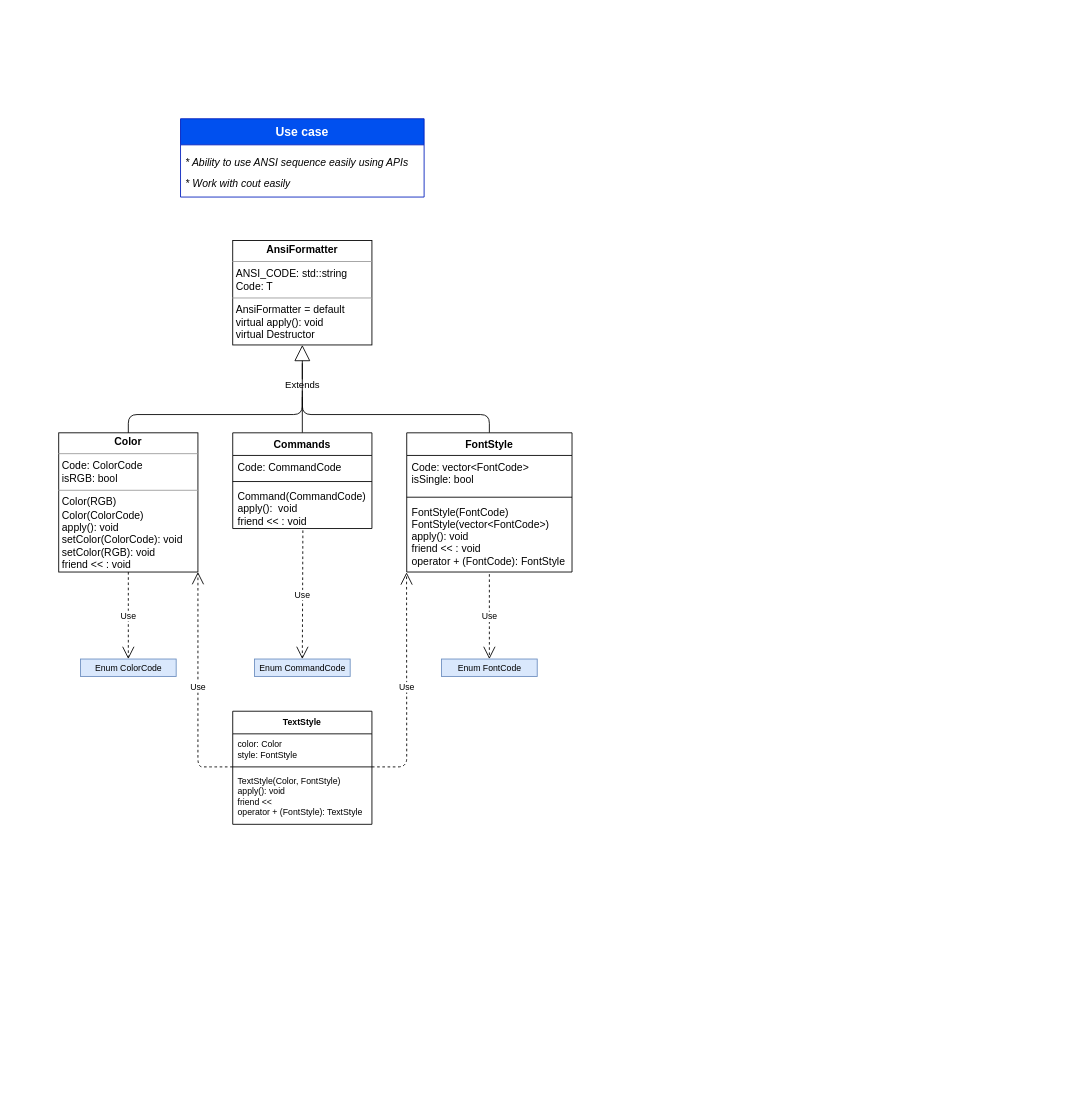
The draw.io diagram UML.drawio in MagedGDEV/ConsoleCrafter, before the edit. Source tidied: cells renumbered, new cells numbered last; positions are measured from the earlier drawing's top-left corner, leaving out a move shared by most shapes. Both pictures are drawn from the tidied source at 87%, with x=0, y=0 at pixel (58, 118).
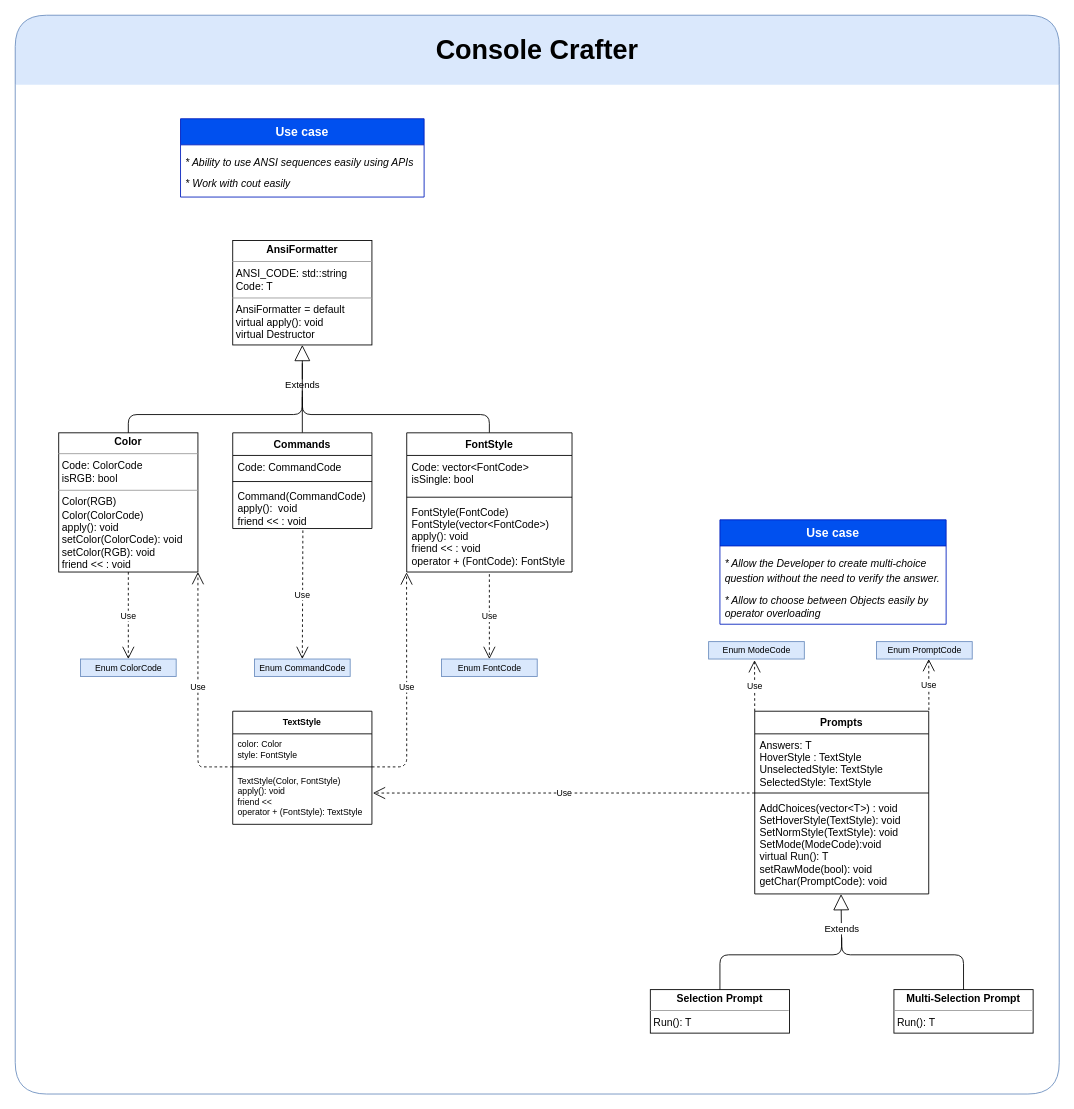
The same diagram, later.

Commit message:
Prompts UML

Unchanged cells that the change refers to:
```xml
<mxCell id="24" value="TextStyle(Color, FontStyle)&#10;apply(): void&#10;friend &lt;&lt;&#10;operator + (FontStyle): TextStyle" style="text;strokeColor=none;fillColor=none;align=left;verticalAlign=top;spacingLeft=4;spacingRight=4;overflow=hidden;points=[[0,0.5],[1,0.5]];portConstraint=eastwest;fontSize=10;" parent="21" vertex="1">
  <mxGeometry y="68" width="160" height="62" as="geometry" />
</mxCell>
<mxCell id="27" value="&lt;h1 style=&quot;border-color: var(--border-color); text-align: left;&quot;&gt;&lt;span style=&quot;border-color: var(--border-color); background-color: initial;&quot;&gt;Use case&lt;/span&gt;&lt;/h1&gt;" style="swimlane;fontStyle=0;horizontal=1;startSize=30;whiteSpace=wrap;html=1;fontSize=7;fillColor=#0050ef;strokeColor=#001DBC;fontColor=#ffffff;" parent="1" vertex="1">
  <mxGeometry x="140" width="280" height="90" as="geometry" />
</mxCell>
```

What changed in the source:
```diff
@@
-    <mxCell id="28" value="&lt;h1 style=&quot;border-color: var(--border-color);&quot;&gt;&lt;span style=&quot;border-color: var(--border-color); font-weight: 400; background-color: initial;&quot;&gt;&lt;font style=&quot;font-size: 12px;&quot;&gt;&lt;i&gt;* Ability to use ANSI sequence easily using APIs&lt;/i&gt;&lt;/font&gt;&lt;/span&gt;&lt;/h1&gt;" style="text;strokeColor=none;fillColor=none;align=left;verticalAlign=middle;spacingLeft=4;spacingRight=4;overflow=hidden;whiteSpace=wrap;html=1;fontSize=7;" parent="27" vertex="1">
+    <mxCell id="28" value="&lt;h1 style=&quot;border-color: var(--border-color);&quot;&gt;&lt;span style=&quot;border-color: var(--border-color); font-weight: 400; background-color: initial;&quot;&gt;&lt;font style=&quot;font-size: 12px;&quot;&gt;&lt;i&gt;* Ability to use ANSI sequences easily using APIs&lt;/i&gt;&lt;/font&gt;&lt;/span&gt;&lt;/h1&gt;" style="text;strokeColor=none;fillColor=none;align=left;verticalAlign=middle;spacingLeft=4;spacingRight=4;overflow=hidden;whiteSpace=wrap;html=1;fontSize=7;" parent="27" vertex="1">
       <mxGeometry y="30" width="280" height="30" as="geometry" />
     </mxCell>
@@
+    <mxCell id="30" value="Prompts" style="swimlane;fontStyle=1;align=center;verticalAlign=top;horizontal=1;startSize=26;" parent="1" vertex="1">
+      <mxGeometry x="800" y="681" width="200" height="210" as="geometry" />
+    </mxCell>
+    <mxCell id="31" value="Answers: T&#10;HoverStyle : TextStyle&#10;UnselectedStyle: TextStyle&#10;SelectedStyle: TextStyle&#10;" style="text;strokeColor=none;fillColor=none;align=left;verticalAlign=top;spacingLeft=4;spacingRight=4;overflow=hidden;" parent="30" vertex="1">
+      <mxGeometry y="26" width="200" height="64" as="geometry" />
+    </mxCell>
+    <mxCell id="32" style="line;strokeWidth=1;fillColor=none;align=left;verticalAlign=middle;spacingTop=-1;spacingLeft=3;spacingRight=3;labelPosition=right;points=[];portConstraint=eastwest;strokeColor=inherit;" parent="30" vertex="1">
+      <mxGeometry y="90" width="200" height="8" as="geometry" />
+    </mxCell>
+    <mxCell id="33" value="AddChoices(vector&lt;T&gt;) : void&#10;SetHoverStyle(TextStyle): void&#10;SetNormStyle(TextStyle): void&#10;SetMode(ModeCode):void&#10;virtual Run(): T&#10;setRawMode(bool): void&#10;getChar(PromptCode): void&#10; " style="text;strokeColor=none;fillColor=none;align=left;verticalAlign=top;spacingLeft=4;spacingRight=4;overflow=hidden;points=[[0,0.5],[1,0.5]];portConstraint=eastwest;" parent="30" vertex="1">
+      <mxGeometry y="98" width="200" height="112" as="geometry" />
+    </mxCell>
+    <mxCell id="34" value="&lt;p style=&quot;margin:0px;margin-top:4px;text-align:center;&quot;&gt;&lt;b&gt;Selection Prompt&lt;/b&gt;&lt;/p&gt;&lt;hr size=&quot;1&quot;&gt;&lt;p style=&quot;margin:0px;margin-left:4px;&quot;&gt;Run(): T&lt;/p&gt;" style="verticalAlign=top;align=left;overflow=fill;fontSize=12;fontFamily=Helvetica;html=1;" parent="1" vertex="1">
+      <mxGeometry x="680" y="1001" width="160" height="50" as="geometry" />
+    </mxCell>
+    <mxCell id="35" value="&lt;p style=&quot;margin:0px;margin-top:4px;text-align:center;&quot;&gt;&lt;b&gt;Multi-Selection Prompt&lt;/b&gt;&lt;/p&gt;&lt;hr size=&quot;1&quot;&gt;&lt;p style=&quot;margin:0px;margin-left:4px;&quot;&gt;Run(): T&lt;/p&gt;" style="verticalAlign=top;align=left;overflow=fill;fontSize=12;fontFamily=Helvetica;html=1;" parent="1" vertex="1">
+      <mxGeometry x="960" y="1001" width="160" height="50" as="geometry" />
+    </mxCell>
+    <mxCell id="36" value="Extends" style="endArrow=block;endSize=16;endFill=0;html=1;entryX=0.496;entryY=1.002;entryDx=0;entryDy=0;entryPerimeter=0;exitX=0.5;exitY=0;exitDx=0;exitDy=0;" parent="1" edge="1" source="34" target="33">
+      <mxGeometry x="0.68" relative="1" as="geometry">
+        <Array as="points">
+          <mxPoint x="760" y="961" />
+          <mxPoint x="900" y="961" />
+        </Array>
+      </mxGeometry>
+    </mxCell>
+    <mxCell id="37" style="endArrow=none;html=1;exitX=0.5;exitY=0;exitDx=0;exitDy=0;" parent="1" edge="1" source="35">
+      <mxGeometry relative="1" as="geometry">
+        <mxPoint x="900" y="941" as="targetPoint" />
+        <Array as="points">
+          <mxPoint x="1040" y="961" />
+          <mxPoint x="900" y="961" />
+        </Array>
+      </mxGeometry>
+    </mxCell>
+    <mxCell id="38" value="Use" style="endArrow=open;endSize=12;dashed=1;html=1;fontSize=10;entryX=1.007;entryY=0.42;entryDx=0;entryDy=0;entryPerimeter=0;" parent="1" edge="1" source="32" target="24">
+      <mxGeometry relative="1" as="geometry" />
+    </mxCell>
+    <mxCell id="39" value="&lt;font style=&quot;font-size: 31px;&quot;&gt;Console Crafter&lt;/font&gt;" style="swimlane;whiteSpace=wrap;html=1;startSize=80;fillColor=#dae8fc;strokeColor=#6c8ebf;rounded=1;swimlaneLine=0;" parent="1" vertex="1">
+      <mxGeometry x="-50" y="-119" width="1200" height="1240" as="geometry" />
+    </mxCell>
+    <mxCell id="40" value="&lt;font style=&quot;font-size: 10px;&quot;&gt;Enum ModeCode&lt;/font&gt;" style="html=1;fillColor=#dae8fc;strokeColor=#6c8ebf;" parent="39" vertex="1">
+      <mxGeometry x="797" y="720" width="110" height="20" as="geometry" />
+    </mxCell>
+    <mxCell id="41" value="&lt;font style=&quot;font-size: 10px;&quot;&gt;Enum PromptCode&lt;/font&gt;" style="html=1;fillColor=#dae8fc;strokeColor=#6c8ebf;" parent="39" vertex="1">
+      <mxGeometry x="990" y="720" width="110" height="20" as="geometry" />
+    </mxCell>
+    <mxCell id="42" value="Use" style="endArrow=open;endSize=12;dashed=1;html=1;fontSize=10;entryX=0.48;entryY=1.065;entryDx=0;entryDy=0;exitX=0;exitY=0;exitDx=0;exitDy=0;entryPerimeter=0;" parent="39" edge="1">
+      <mxGeometry relative="1" as="geometry">
+        <mxPoint x="1050.2" y="798.7" as="sourcePoint" />
+        <mxPoint x="1050" y="740" as="targetPoint" />
+      </mxGeometry>
+    </mxCell>
+    <mxCell id="43" value="&lt;h1 style=&quot;border-color: var(--border-color); text-align: left;&quot;&gt;&lt;span style=&quot;border-color: var(--border-color); background-color: initial;&quot;&gt;Use case&lt;/span&gt;&lt;/h1&gt;" style="swimlane;fontStyle=0;horizontal=1;startSize=30;whiteSpace=wrap;html=1;fontSize=7;fillColor=#0050ef;strokeColor=#001DBC;fontColor=#ffffff;" parent="39" vertex="1">
+      <mxGeometry x="810" y="580" width="260" height="120" as="geometry" />
+    </mxCell>
+    <mxCell id="44" value="&lt;h1 style=&quot;border-color: var(--border-color);&quot;&gt;&lt;span style=&quot;border-color: var(--border-color); font-weight: 400; background-color: initial;&quot;&gt;&lt;font style=&quot;font-size: 12px;&quot;&gt;&lt;i&gt;* Allow the Developer to create multi-choice question without the need to verify the answer.&lt;/i&gt;&lt;/font&gt;&lt;/span&gt;&lt;/h1&gt;" style="text;strokeColor=none;fillColor=none;align=left;verticalAlign=middle;spacingLeft=4;spacingRight=4;overflow=hidden;whiteSpace=wrap;html=1;fontSize=7;" parent="43" vertex="1">
+      <mxGeometry y="30" width="260" height="50" as="geometry" />
+    </mxCell>
+    <mxCell id="45" value="&lt;font style=&quot;font-size: 12px;&quot;&gt;&lt;i&gt;* Allow to choose between Objects easily by&lt;br&gt;operator overloading&lt;/i&gt;&lt;/font&gt;" style="text;strokeColor=none;fillColor=none;align=left;verticalAlign=middle;spacingLeft=4;spacingRight=4;overflow=hidden;whiteSpace=wrap;html=1;fontSize=7;" parent="43" vertex="1">
+      <mxGeometry y="80" width="260" height="40" as="geometry" />
+    </mxCell>
+    <mxCell id="46" value="Use" style="endArrow=open;endSize=12;dashed=1;html=1;fontSize=10;entryX=0.48;entryY=1.065;entryDx=0;entryDy=0;exitX=0;exitY=0;exitDx=0;exitDy=0;entryPerimeter=0;" parent="1" edge="1" source="30" target="40">
+      <mxGeometry relative="1" as="geometry" />
+    </mxCell>
```
